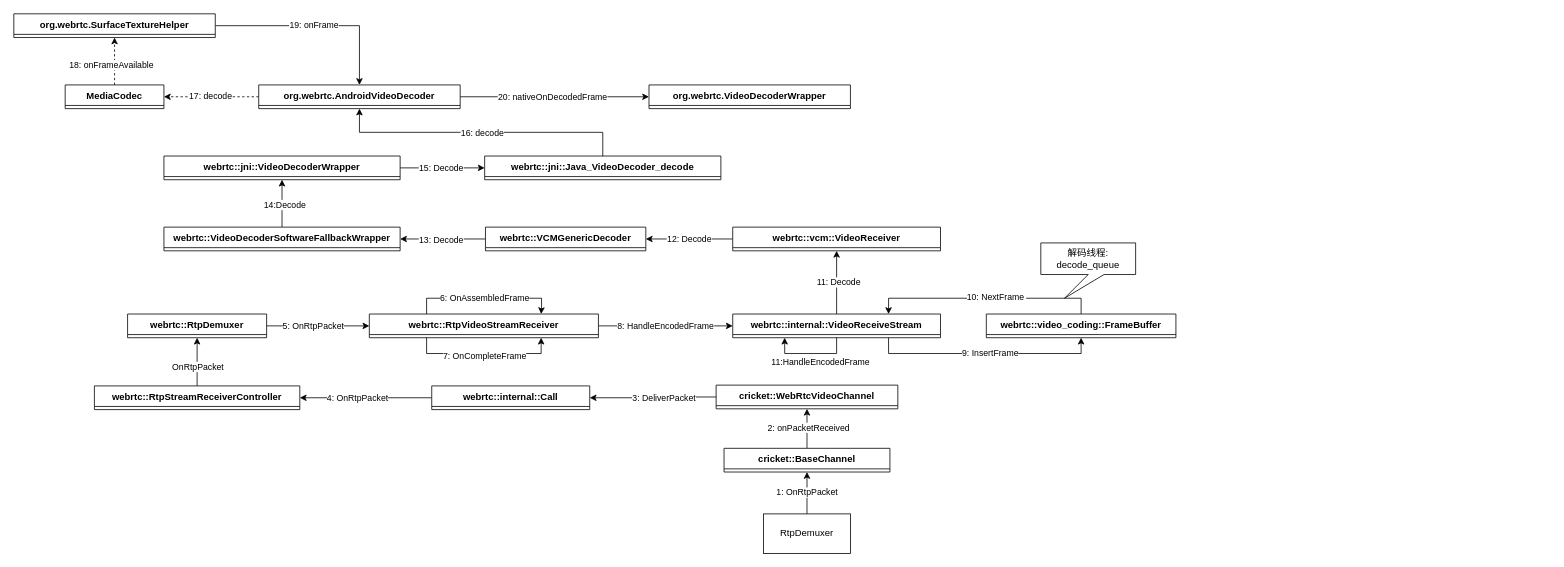
This is WebRTC视频接收类图.drawio from Eveninger/draw.io, a draw.io file, before an edit. Source tidied: cells renumbered, new cells numbered last; positions are measured from the earlier drawing's top-left corner, leaving out a move shared by most shapes. Both pictures are drawn from the tidied source at 79%, with x=0, y=0 at pixel (13, 13).
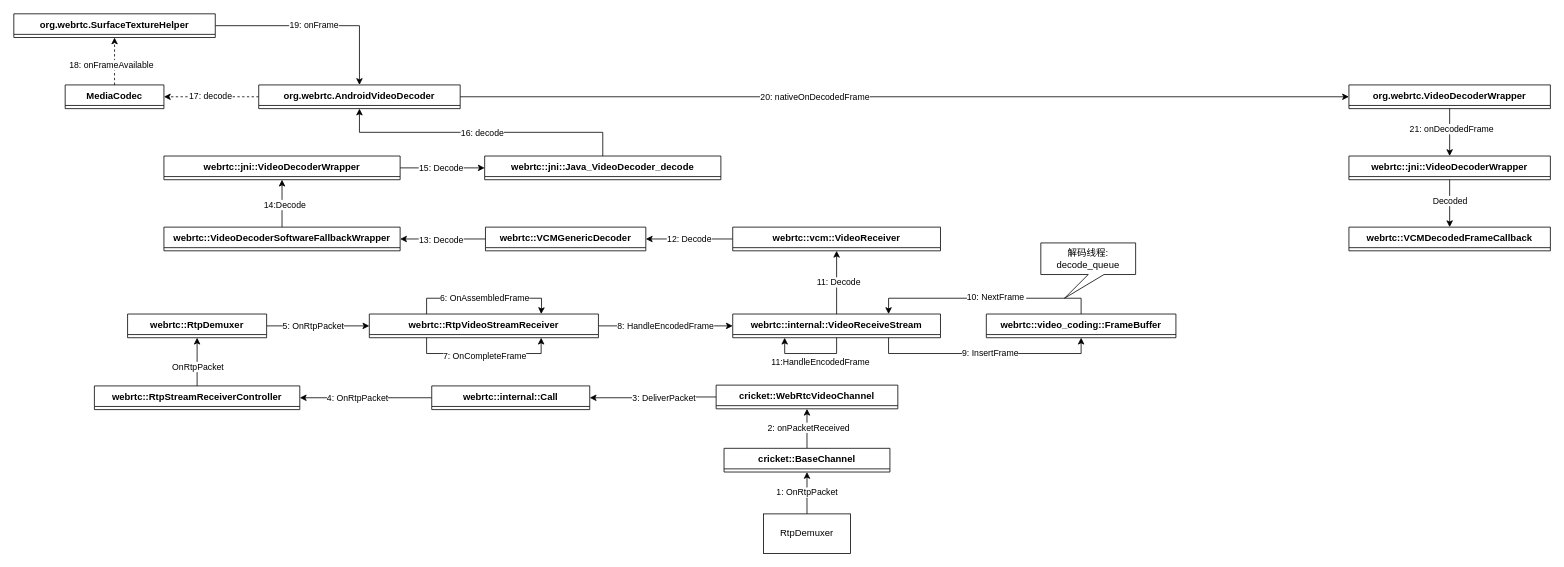
After the change.

Commit message (it also covers changes not shown here):
更新WebRTC视频接收类图.drawio

Diff of the diagram source:
```diff
@@
+    <mxCell id="62" style="edgeStyle=orthogonalEdgeStyle;rounded=0;jettySize=auto;html=1;" parent="1" edge="1" source="61" target="66">
+      <mxGeometry relative="1" as="geometry" />
+    </mxCell>
+    <mxCell id="63" value="21: onDecodedFrame" style="edgeLabel;html=1;align=center;verticalAlign=middle;" parent="62" vertex="1">
+      <mxGeometry x="-0.18" y="2" relative="1" as="geometry" />
+    </mxCell>
     <mxCell id="61" value="org.webrtc.VideoDecoderWrapper" style="swimlane;fontStyle=1;align=center;verticalAlign=top;horizontal=1;startSize=26;whiteSpace=wrap;html=1;" parent="1" vertex="1" collapsed="1">
-      <mxGeometry x="804" y="90" width="255" height="30" as="geometry" />
+      <mxGeometry x="1690" y="90" width="255" height="30" as="geometry" />
     </mxCell>
+    <mxCell id="64" style="edgeStyle=orthogonalEdgeStyle;rounded=0;jettySize=auto;html=1;" parent="1" edge="1" source="66" target="67">
+      <mxGeometry relative="1" as="geometry" />
+    </mxCell>
+    <mxCell id="65" value="Decoded" style="edgeLabel;html=1;align=center;verticalAlign=middle;" parent="64" vertex="1">
+      <mxGeometry x="-0.15" relative="1" as="geometry" />
+    </mxCell>
+    <mxCell id="66" value="webrtc::jni::VideoDecoderWrapper" style="swimlane;fontStyle=1;align=center;verticalAlign=top;horizontal=1;startSize=26;whiteSpace=wrap;html=1;" parent="1" vertex="1" collapsed="1">
+      <mxGeometry x="1690" y="180" width="255" height="30" as="geometry" />
+    </mxCell>
+    <mxCell id="67" value="webrtc::VCMDecodedFrameCallback" style="swimlane;fontStyle=1;align=center;verticalAlign=top;horizontal=1;startSize=26;whiteSpace=wrap;html=1;" parent="1" vertex="1" collapsed="1">
+      <mxGeometry x="1690" y="270" width="255" height="30" as="geometry" />
+    </mxCell>
```
